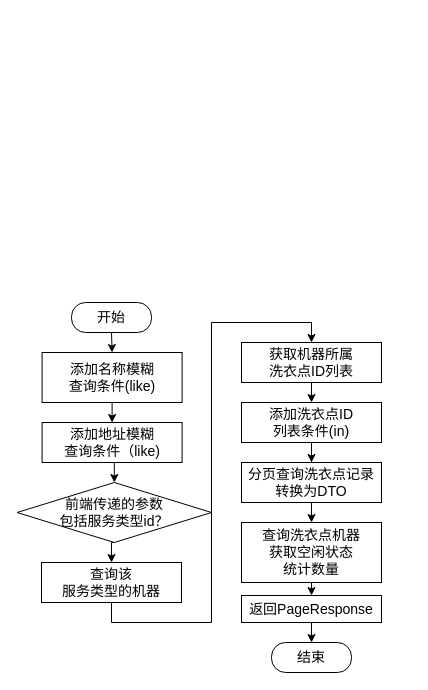
This is 洗衣点列表.drawio from mochaDMQ/myPicture, a draw.io file, before an edit. Source tidied: cells renumbered, new cells numbered last; positions are measured from the earlier drawing's top-left corner, leaving out a move shared by most shapes. Both pictures are drawn from the tidied source at 100%, with x=0, y=0 at pixel (17, 302).
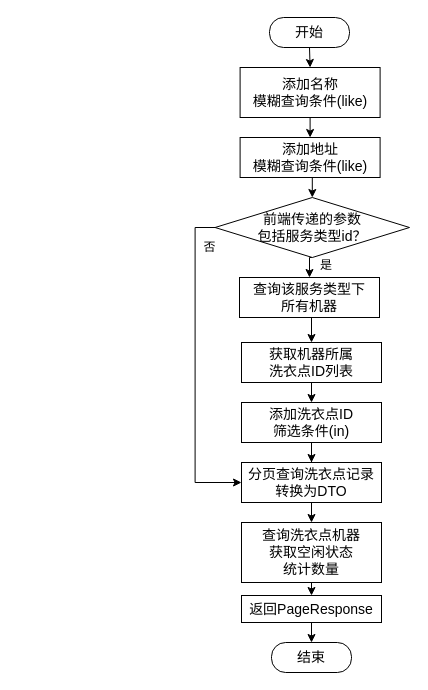
Above is the later version.

Commit message:
更新洗衣点列表.drawio

Unchanged cells that the change refers to:
```xml
<mxCell id="18" value="分页查询&lt;span style=&quot;background-color: transparent; color: light-dark(rgb(0, 0, 0), rgb(255, 255, 255));&quot;&gt;洗衣点记录&lt;/span&gt;&lt;div&gt;&lt;span style=&quot;background-color: transparent; color: light-dark(rgb(0, 0, 0), rgb(255, 255, 255));&quot;&gt;转换为DTO&lt;/span&gt;&lt;/div&gt;" style="rounded=0;whiteSpace=wrap;html=1;fontFamily=宋体;fontSize=14;" parent="1" vertex="1">
  <mxGeometry x="224" y="160" width="140" height="40" as="geometry" />
</mxCell>
```

What changed in the source:
```diff
@@
     <mxCell id="3" value="开始" style="rounded=1;whiteSpace=wrap;html=1;fontSize=14;glass=0;strokeWidth=1;shadow=0;arcSize=47;fontFamily=宋体;" parent="1" vertex="1">
-      <mxGeometry x="54" width="80" height="30" as="geometry" />
+      <mxGeometry x="252" y="-285" width="80" height="30" as="geometry" />
     </mxCell>
@@
-    <mxCell id="5" value="添加名称&lt;span style=&quot;background-color: transparent; color: light-dark(rgb(0, 0, 0), rgb(255, 255, 255));&quot;&gt;模糊&lt;/span&gt;&lt;div&gt;&lt;span style=&quot;background-color: transparent; color: light-dark(rgb(0, 0, 0), rgb(255, 255, 255));&quot;&gt;查询条件(like)&lt;/span&gt;&lt;/div&gt;" style="rounded=0;whiteSpace=wrap;html=1;fontFamily=宋体;fontSize=14;" parent="1" vertex="1">
-      <mxGeometry x="24.6" y="50" width="140" height="50" as="geometry" />
+    <mxCell id="5" value="添加名称&lt;div&gt;&lt;span style=&quot;background-color: transparent; color: light-dark(rgb(0, 0, 0), rgb(255, 255, 255));&quot;&gt;模糊&lt;/span&gt;&lt;span style=&quot;background-color: transparent; color: light-dark(rgb(0, 0, 0), rgb(255, 255, 255));&quot;&gt;查询条件(like)&lt;/span&gt;&lt;/div&gt;" style="rounded=0;whiteSpace=wrap;html=1;fontFamily=宋体;fontSize=14;" parent="1" vertex="1">
+      <mxGeometry x="222.6" y="-235" width="140" height="50" as="geometry" />
     </mxCell>
@@
+    <mxCell id="23" style="edgeStyle=orthogonalEdgeStyle;rounded=0;jettySize=auto;html=1;exitX=0;exitY=0.5;exitDx=0;exitDy=0;entryX=0;entryY=0.5;entryDx=0;entryDy=0;" parent="1" edge="1" source="8" target="18">
+      <mxGeometry relative="1" as="geometry" />
+    </mxCell>
     <mxCell id="8" value="&lt;font face=&quot;宋体&quot;&gt;&lt;span style=&quot;font-size: 14px;&quot;&gt;前端传递的参数&lt;/span&gt;&lt;/font&gt;&lt;div&gt;&lt;font face=&quot;宋体&quot;&gt;&lt;span style=&quot;font-size: 14px;&quot;&gt;包括服务类型id？&lt;/span&gt;&lt;/font&gt;&lt;/div&gt;" style="rhombus;whiteSpace=wrap;html=1;" parent="1" vertex="1">
-      <mxGeometry x="-0.4" y="180" width="194.4" height="60" as="geometry" />
+      <mxGeometry x="197.6" y="-105" width="194.4" height="60" as="geometry" />
     </mxCell>
@@
-    <mxCell id="10" value="添加地址&lt;span style=&quot;background-color: transparent; color: light-dark(rgb(0, 0, 0), rgb(255, 255, 255));&quot;&gt;模糊&lt;/span&gt;&lt;div&gt;&lt;span style=&quot;background-color: transparent; color: light-dark(rgb(0, 0, 0), rgb(255, 255, 255));&quot;&gt;查询条件（like)&lt;/span&gt;&lt;/div&gt;" style="rounded=0;whiteSpace=wrap;html=1;fontFamily=宋体;fontSize=14;" parent="1" vertex="1">
-      <mxGeometry x="24.6" y="120" width="140" height="40" as="geometry" />
+    <mxCell id="10" value="添加地址&lt;div&gt;&lt;span style=&quot;background-color: transparent; color: light-dark(rgb(0, 0, 0), rgb(255, 255, 255));&quot;&gt;模糊&lt;/span&gt;&lt;span style=&quot;background-color: transparent; color: light-dark(rgb(0, 0, 0), rgb(255, 255, 255));&quot;&gt;查询条件&lt;/span&gt;&lt;span style=&quot;background-color: transparent; color: light-dark(rgb(0, 0, 0), rgb(255, 255, 255));&quot;&gt;(like)&lt;/span&gt;&lt;/div&gt;" style="rounded=0;whiteSpace=wrap;html=1;fontFamily=宋体;fontSize=14;" parent="1" vertex="1">
+      <mxGeometry x="222.6" y="-165" width="140" height="40" as="geometry" />
     </mxCell>
@@
-    <mxCell id="12" value="查询该&lt;div&gt;服务类型的机器&lt;/div&gt;" style="rounded=0;whiteSpace=wrap;html=1;fontFamily=宋体;fontSize=14;" parent="1" vertex="1">
-      <mxGeometry x="24" y="260" width="140" height="40" as="geometry" />
+    <mxCell id="12" value="查询该&lt;span style=&quot;background-color: transparent; color: light-dark(rgb(0, 0, 0), rgb(255, 255, 255));&quot;&gt;服务类型下&lt;/span&gt;&lt;div&gt;&lt;span style=&quot;background-color: transparent; color: light-dark(rgb(0, 0, 0), rgb(255, 255, 255));&quot;&gt;所有机器&lt;/span&gt;&lt;/div&gt;" style="rounded=0;whiteSpace=wrap;html=1;fontFamily=宋体;fontSize=14;" parent="1" vertex="1">
+      <mxGeometry x="222" y="-25" width="140" height="40" as="geometry" />
     </mxCell>
@@
-    <mxCell id="16" value="添加洗衣点ID&lt;div&gt;列表条件(in)&lt;/div&gt;" style="rounded=0;whiteSpace=wrap;html=1;fontFamily=宋体;fontSize=14;" parent="1" vertex="1">
+    <mxCell id="16" value="添加洗衣点ID&lt;div&gt;筛选条件(in)&lt;/div&gt;" style="rounded=0;whiteSpace=wrap;html=1;fontFamily=宋体;fontSize=14;" parent="1" vertex="1">
       <mxGeometry x="224" y="100" width="140" height="40" as="geometry" />
     </mxCell>
@@
+    <mxCell id="24" value="是" style="text;html=1;align=center;verticalAlign=middle;whiteSpace=wrap;rounded=0;fontFamily=宋体;" parent="1" vertex="1">
+      <mxGeometry x="299" y="-48" width="20" height="21" as="geometry" />
+    </mxCell>
+    <mxCell id="25" value="否" style="text;html=1;align=center;verticalAlign=middle;whiteSpace=wrap;rounded=0;fontFamily=宋体;" parent="1" vertex="1">
+      <mxGeometry x="183" y="-65" width="19" height="20" as="geometry" />
+    </mxCell>
```
